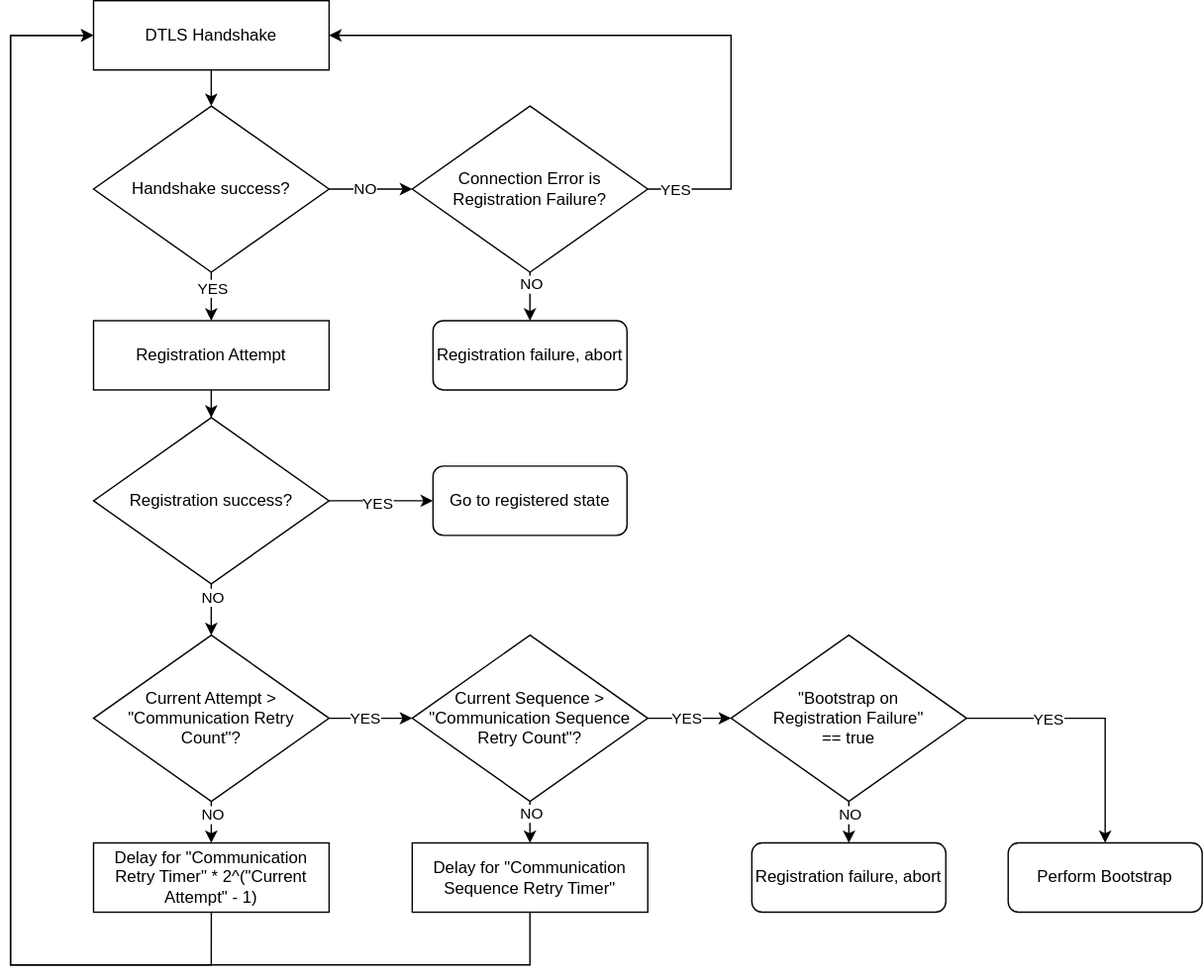
The draw.io diagram doc/sphinx/source/AdvancedTopics/_images/registration-sequence-diagram.svg in AVSystem/Anjay, before a commit. Source tidied: cells renumbered, new cells last; positions are measured from the earlier drawing's top-left corner, leaving out a move shared by most shapes.
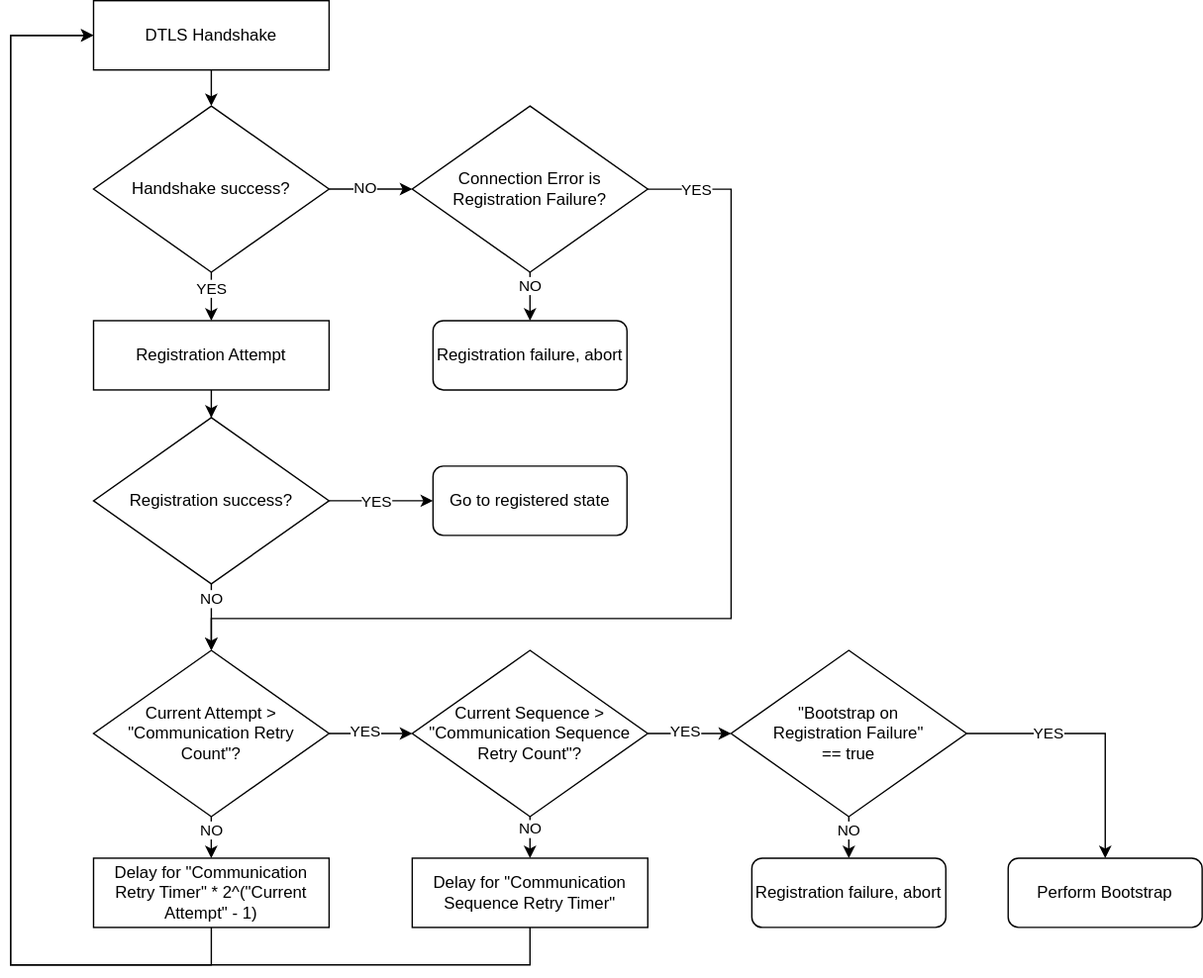
The same file after the commit.

Diff of the diagram source:
```diff
@@ -5,54 +5,54 @@
     <mxCell id="2" style="edgeStyle=orthogonalEdgeStyle;rounded=0;jettySize=auto;html=1;" parent="1" edge="1" source="6" target="22">
       <mxGeometry relative="1" as="geometry" />
     </mxCell>
-    <mxCell id="3" value="NO" style="edgeLabel;html=1;align=center;verticalAlign=middle;" parent="2" vertex="1">
-      <mxGeometry x="-0.69" y="2" relative="1" as="geometry">
-        <mxPoint x="-2" y="1" as="offset" />
-      </mxGeometry>
-    </mxCell>
+    <mxCell id="44" value="NO" style="edgeLabel;html=1;align=center;verticalAlign=middle;" parent="2" vertex="1">
+      <mxGeometry x="-0.69" y="2" relative="1" as="geometry">
+        <mxPoint x="-2" y="1" as="offset" />
+      </mxGeometry>
+    </mxCell>
     <mxCell id="4" style="edgeStyle=orthogonalEdgeStyle;rounded=0;jettySize=auto;html=1;" parent="1" edge="1" source="6" target="30">
       <mxGeometry relative="1" as="geometry" />
     </mxCell>
-    <mxCell id="5" value="YES" style="edgeLabel;html=1;align=center;verticalAlign=middle;" parent="4" vertex="1">
-      <mxGeometry x="-0.11" y="1" relative="1" as="geometry" />
-    </mxCell>
+    <mxCell id="45" value="YES" style="edgeLabel;html=1;align=center;verticalAlign=middle;" parent="4" vertex="1">
+      <mxGeometry x="-0.11" y="1" relative="1" as="geometry" />
+    </mxCell>
     <mxCell id="6" value="Current Sequence &amp;gt; &quot;Communication Sequence Retry Count&quot;?" style="rhombus;whiteSpace=wrap;html=1;" parent="1" vertex="1">
-      <mxGeometry x="289.9" y="458" width="170" height="120" as="geometry" />
+      <mxGeometry x="289.9" y="469" width="170" height="120" as="geometry" />
     </mxCell>
     <mxCell id="7" style="edgeStyle=orthogonalEdgeStyle;rounded=0;jettySize=auto;html=1;" parent="1" edge="1" source="11" target="6">
       <mxGeometry relative="1" as="geometry" />
     </mxCell>
-    <mxCell id="8" value="YES" style="edgeLabel;html=1;align=center;verticalAlign=middle;" parent="7" vertex="1">
-      <mxGeometry x="-0.15" y="1" relative="1" as="geometry" />
-    </mxCell>
-    <mxCell id="9" style="edgeStyle=orthogonalEdgeStyle;rounded=0;orthogonalLoop=1;jettySize=auto;html=1;" parent="1" edge="1">
-      <mxGeometry relative="1" as="geometry">
-        <mxPoint x="144.9" y="578" as="sourcePoint" />
-        <mxPoint x="144.9" y="608" as="targetPoint" />
-      </mxGeometry>
-    </mxCell>
-    <mxCell id="10" value="NO" style="edgeLabel;html=1;align=center;verticalAlign=middle;" parent="9" vertex="1">
-      <mxGeometry x="0.22" y="2" relative="1" as="geometry">
-        <mxPoint x="-2" y="-9" as="offset" />
-      </mxGeometry>
-    </mxCell>
+    <mxCell id="46" value="YES" style="edgeLabel;html=1;align=center;verticalAlign=middle;" parent="7" vertex="1">
+      <mxGeometry x="-0.15" y="1" relative="1" as="geometry" />
+    </mxCell>
+    <mxCell id="47" style="edgeStyle=orthogonalEdgeStyle;rounded=0;orthogonalLoop=1;jettySize=auto;html=1;" parent="1" edge="1">
+      <mxGeometry relative="1" as="geometry">
+        <mxPoint x="144.9" y="589" as="sourcePoint" />
+        <mxPoint x="144.9" y="619" as="targetPoint" />
+      </mxGeometry>
+    </mxCell>
+    <mxCell id="48" value="NO" style="edgeLabel;html=1;align=center;verticalAlign=middle;" parent="47" vertex="1">
+      <mxGeometry x="0.22" y="2" relative="1" as="geometry">
+        <mxPoint x="-2" y="-9" as="offset" />
+      </mxGeometry>
+    </mxCell>
     <mxCell id="11" value="Current Attempt &amp;gt; &quot;Communication Retry &lt;br&gt;Count&quot;?" style="rhombus;whiteSpace=wrap;html=1;" parent="1" vertex="1">
-      <mxGeometry x="59.9" y="458" width="170" height="120" as="geometry" />
+      <mxGeometry x="59.9" y="469" width="170" height="120" as="geometry" />
     </mxCell>
     <mxCell id="12" style="edgeStyle=orthogonalEdgeStyle;rounded=0;jettySize=auto;html=1;" parent="1" edge="1" source="16" target="11">
       <mxGeometry relative="1" as="geometry" />
     </mxCell>
-    <mxCell id="13" value="NO" style="edgeLabel;html=1;align=center;verticalAlign=middle;" parent="12" vertex="1">
-      <mxGeometry x="-0.73" y="-5" relative="1" as="geometry">
-        <mxPoint x="5" y="4" as="offset" />
-      </mxGeometry>
-    </mxCell>
+    <mxCell id="49" value="NO" style="edgeLabel;html=1;align=center;verticalAlign=middle;" parent="12" vertex="1">
+      <mxGeometry x="-0.73" y="-5" relative="1" as="geometry">
+        <mxPoint x="5" y="4" as="offset" />
+      </mxGeometry>
+    </mxCell>
     <mxCell id="14" style="edgeStyle=orthogonalEdgeStyle;rounded=0;jettySize=auto;html=1;" parent="1" edge="1" source="16" target="23">
       <mxGeometry relative="1" as="geometry" />
     </mxCell>
-    <mxCell id="15" value="YES" style="edgeLabel;html=1;align=center;verticalAlign=middle;" parent="14" vertex="1">
-      <mxGeometry x="-0.1" y="-1" relative="1" as="geometry" />
-    </mxCell>
+    <mxCell id="50" value="YES" style="edgeLabel;html=1;align=center;verticalAlign=middle;" parent="14" vertex="1">
+      <mxGeometry x="-0.1" y="-1" relative="1" as="geometry" />
+    </mxCell>
     <mxCell id="16" value="Registration success?" style="rhombus;whiteSpace=wrap;html=1;" parent="1" vertex="1">
       <mxGeometry x="59.9" y="301" width="170" height="120" as="geometry" />
     </mxCell>
@@ -72,7 +72,7 @@
       </mxGeometry>
     </mxCell>
     <mxCell id="20" value="Delay for &quot;Communication Retry Timer&quot; * 2^(&quot;Current Attempt&quot; - 1)" style="rounded=0;whiteSpace=wrap;html=1;" parent="1" vertex="1">
-      <mxGeometry x="59.9" y="608" width="170" height="50" as="geometry" />
+      <mxGeometry x="59.9" y="619" width="170" height="50" as="geometry" />
     </mxCell>
     <mxCell id="21" style="edgeStyle=orthogonalEdgeStyle;rounded=0;jettySize=auto;html=1;" parent="1" edge="1" source="22" target="25">
       <mxGeometry relative="1" as="geometry">
@@ -84,7 +84,7 @@
       </mxGeometry>
     </mxCell>
     <mxCell id="22" value="Delay for &quot;Communication Sequence Retry Timer&quot;" style="rounded=0;whiteSpace=wrap;html=1;" parent="1" vertex="1">
-      <mxGeometry x="289.9" y="608" width="170" height="50" as="geometry" />
+      <mxGeometry x="289.9" y="619" width="170" height="50" as="geometry" />
     </mxCell>
     <mxCell id="23" value="Go to registered state" style="rounded=1;whiteSpace=wrap;html=1;" parent="1" vertex="1">
       <mxGeometry x="304.9" y="336" width="140" height="50" as="geometry" />
@@ -98,62 +98,63 @@
     <mxCell id="26" style="edgeStyle=orthogonalEdgeStyle;rounded=0;jettySize=auto;html=1;" parent="1" edge="1" source="30" target="31">
       <mxGeometry relative="1" as="geometry" />
     </mxCell>
-    <mxCell id="27" value="NO" style="edgeLabel;html=1;align=center;verticalAlign=middle;" parent="26" vertex="1">
-      <mxGeometry x="-0.46" y="-1" relative="1" as="geometry">
-        <mxPoint x="1" y="-4" as="offset" />
-      </mxGeometry>
-    </mxCell>
+    <mxCell id="51" value="NO" style="edgeLabel;html=1;align=center;verticalAlign=middle;" parent="26" vertex="1">
+      <mxGeometry x="-0.46" y="-1" relative="1" as="geometry">
+        <mxPoint x="1" y="-4" as="offset" />
+      </mxGeometry>
+    </mxCell>
     <mxCell id="28" style="edgeStyle=orthogonalEdgeStyle;rounded=0;jettySize=auto;html=1;" parent="1" edge="1" source="30" target="32">
       <mxGeometry relative="1" as="geometry" />
     </mxCell>
-    <mxCell id="29" value="YES" style="edgeLabel;html=1;align=center;verticalAlign=middle;" parent="28" vertex="1">
-      <mxGeometry x="-0.39" relative="1" as="geometry" />
-    </mxCell>
+    <mxCell id="52" value="YES" style="edgeLabel;html=1;align=center;verticalAlign=middle;" parent="28" vertex="1">
+      <mxGeometry x="-0.39" relative="1" as="geometry" />
+    </mxCell>
     <mxCell id="30" value="&quot;Bootstrap on&lt;br&gt;Registration Failure&quot;&lt;br&gt;== true" style="rhombus;whiteSpace=wrap;html=1;" parent="1" vertex="1">
-      <mxGeometry x="520" y="458" width="170" height="120" as="geometry" />
+      <mxGeometry x="520" y="469" width="170" height="120" as="geometry" />
     </mxCell>
     <mxCell id="31" value="Registration failure, abort" style="rounded=1;whiteSpace=wrap;html=1;" parent="1" vertex="1">
-      <mxGeometry x="535" y="608" width="140" height="50" as="geometry" />
+      <mxGeometry x="535" y="619" width="140" height="50" as="geometry" />
     </mxCell>
     <mxCell id="32" value="Perform Bootstrap" style="rounded=1;whiteSpace=wrap;html=1;" parent="1" vertex="1">
-      <mxGeometry x="720" y="608" width="140" height="50" as="geometry" />
+      <mxGeometry x="720" y="619" width="140" height="50" as="geometry" />
     </mxCell>
     <mxCell id="33" style="edgeStyle=orthogonalEdgeStyle;rounded=0;jettySize=auto;html=1;" parent="1" edge="1" source="37" target="18">
       <mxGeometry relative="1" as="geometry" />
     </mxCell>
-    <mxCell id="34" value="YES" style="edgeLabel;html=1;align=center;verticalAlign=middle;" parent="33" vertex="1">
-      <mxGeometry x="-0.48" y="5" relative="1" as="geometry">
-        <mxPoint x="-5" as="offset" />
-      </mxGeometry>
-    </mxCell>
+    <mxCell id="53" value="YES" style="edgeLabel;html=1;align=center;verticalAlign=middle;" parent="33" vertex="1">
+      <mxGeometry x="-0.48" y="5" relative="1" as="geometry">
+        <mxPoint x="-5" as="offset" />
+      </mxGeometry>
+    </mxCell>
     <mxCell id="35" style="edgeStyle=orthogonalEdgeStyle;rounded=0;jettySize=auto;html=1;" parent="1" edge="1" source="37" target="42">
       <mxGeometry relative="1" as="geometry" />
     </mxCell>
-    <mxCell id="36" value="NO" style="edgeLabel;html=1;align=center;verticalAlign=middle;" parent="35" vertex="1">
-      <mxGeometry x="-0.13" y="1" relative="1" as="geometry" />
-    </mxCell>
+    <mxCell id="54" value="NO" style="edgeLabel;html=1;align=center;verticalAlign=middle;" parent="35" vertex="1">
+      <mxGeometry x="-0.13" y="1" relative="1" as="geometry" />
+    </mxCell>
     <mxCell id="37" value="Handshake success?" style="rhombus;whiteSpace=wrap;html=1;" parent="1" vertex="1">
       <mxGeometry x="59.9" y="76" width="170" height="120" as="geometry" />
     </mxCell>
-    <mxCell id="38" style="edgeStyle=orthogonalEdgeStyle;rounded=0;jettySize=auto;html=1;entryX=1;entryY=0.5;entryDx=0;entryDy=0;" parent="1" edge="1" source="42" target="25">
-      <mxGeometry relative="1" as="geometry">
-        <Array as="points">
-          <mxPoint x="520" y="136" />
-          <mxPoint x="520" y="25" />
-        </Array>
-      </mxGeometry>
-    </mxCell>
-    <mxCell id="39" value="YES" style="edgeLabel;html=1;align=center;verticalAlign=middle;" parent="38" vertex="1">
-      <mxGeometry x="-0.91" y="-3" relative="1" as="geometry">
-        <mxPoint x="-2" y="-3" as="offset" />
-      </mxGeometry>
-    </mxCell>
+    <mxCell id="55" style="edgeStyle=orthogonalEdgeStyle;rounded=0;jettySize=auto;html=1;entryX=0.5;entryY=0;entryDx=0;entryDy=0;" parent="1" edge="1" source="42" target="11">
+      <mxGeometry relative="1" as="geometry">
+        <Array as="points">
+          <mxPoint x="520" y="136" />
+          <mxPoint x="520" y="446" />
+          <mxPoint x="145" y="446" />
+        </Array>
+      </mxGeometry>
+    </mxCell>
+    <mxCell id="56" value="YES" style="edgeLabel;html=1;align=center;verticalAlign=middle;" parent="55" vertex="1">
+      <mxGeometry x="-0.91" y="-3" relative="1" as="geometry">
+        <mxPoint x="-2" y="-3" as="offset" />
+      </mxGeometry>
+    </mxCell>
     <mxCell id="40" style="edgeStyle=orthogonalEdgeStyle;rounded=0;jettySize=auto;html=1;" parent="1" edge="1" source="42" target="43">
       <mxGeometry relative="1" as="geometry" />
     </mxCell>
-    <mxCell id="41" value="NO" style="edgeLabel;html=1;align=center;verticalAlign=middle;" parent="40" vertex="1">
-      <mxGeometry x="-0.6" relative="1" as="geometry" />
-    </mxCell>
+    <mxCell id="57" value="NO" style="edgeLabel;html=1;align=center;verticalAlign=middle;" parent="40" vertex="1">
+      <mxGeometry x="-0.6" relative="1" as="geometry" />
+    </mxCell>
     <mxCell id="42" value="Connection Error is Registration Failure?" style="rhombus;whiteSpace=wrap;html=1;" parent="1" vertex="1">
       <mxGeometry x="289.9" y="76" width="170" height="120" as="geometry" />
     </mxCell>
```
